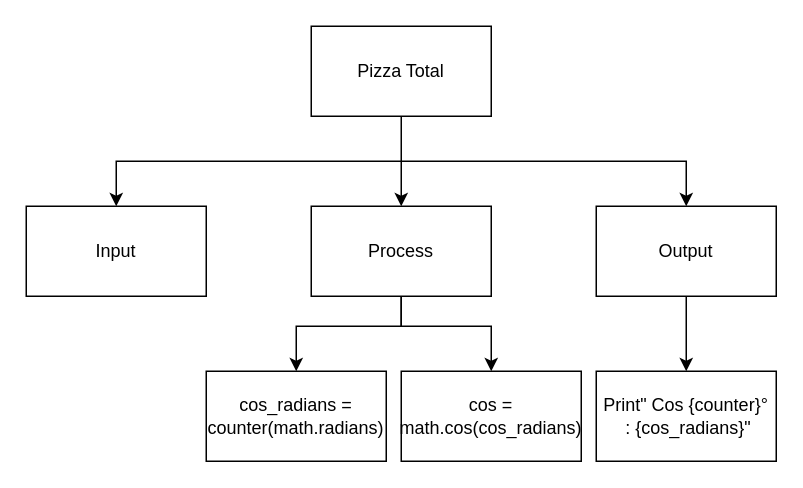
Earlier version of the draw.io diagram Draw.io/topdown.drawio (Peter-Gemmell/ICS3U-Assignment-5-Python). Source tidied: cells renumbered, new cells numbered last; positions are measured from the earlier drawing's top-left corner, leaving out a move shared by most shapes. Both pictures are drawn from the tidied source at 150%, with x=0, y=0 at pixel (26, 26).
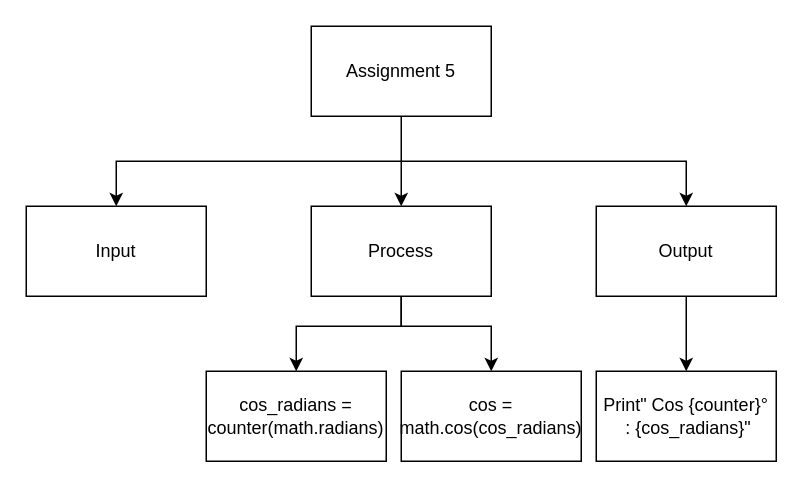
The same diagram, later.

Diff of the diagram source:
```diff
@@
-    <mxCell id="5" value="Pizza Total" style="rounded=0;whiteSpace=wrap;html=1;" parent="1" vertex="1">
+    <mxCell id="5" value="Assignment 5" style="rounded=0;whiteSpace=wrap;html=1;" parent="1" vertex="1">
       <mxGeometry x="190" width="120" height="60" as="geometry" />
     </mxCell>
```
